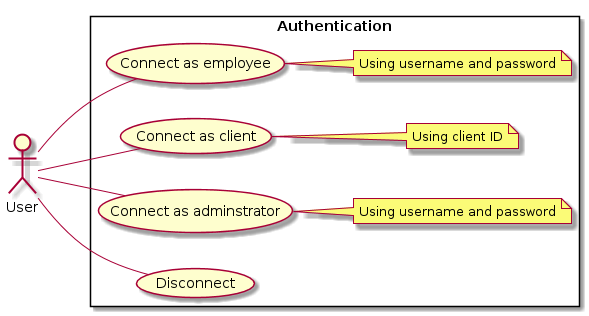
Before: specifications/usercases/authentication/auth.png, a diagram exported from PlantUML (BrokenSwing/Comixaire). Source of this version:
```plantuml
@startuml
left to right direction

actor User as U

rectangle "Authentication" {
  usecase "Connect as employee" as CaE
  note right: Using username and password

  usecase "Connect as client" as CaC
  note right: Using client ID

  usecase “Connect as adminstrator” as CaA
  note right: Using username and password

  usecase "Disconnect" as D
}

U -- CaE
U -- CaC
U -- CaA
U -- D
@enduml
```
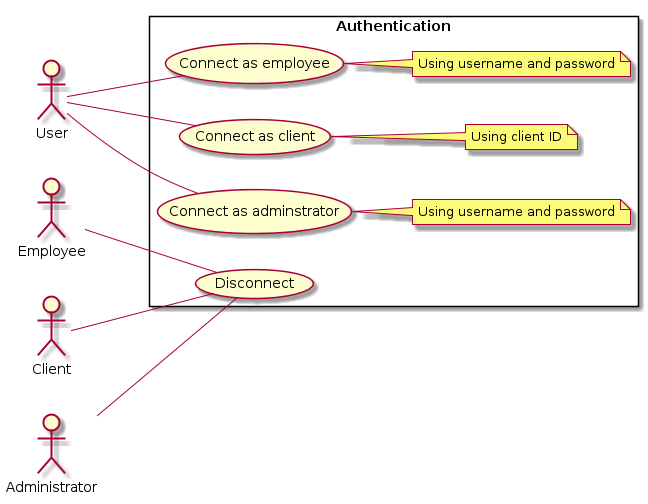
Later version of the same file.

What changed in the source:
```diff
@@ -2,6 +2,9 @@
 left to right direction
 
 actor User as U
+actor Employee as E
+actor Client as C
+actor Administrator as A
 
 rectangle "Authentication" {
   usecase "Connect as employee" as CaE
@@ -19,5 +22,7 @@
 U -- CaE
 U -- CaC
 U -- CaA
-U -- D
+A -- D
+E -- D
+C -- D
 @enduml
```
